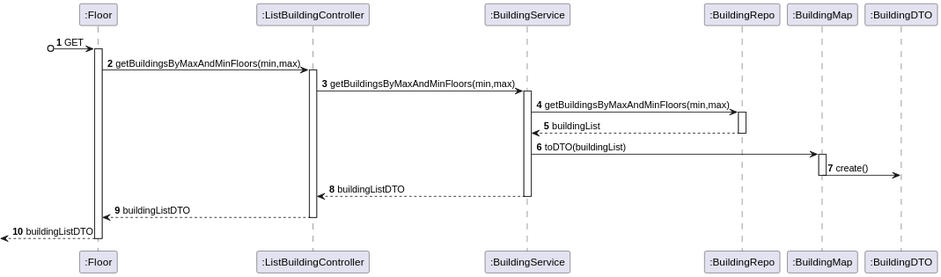
Pedro-Pereira1/sem5pi_23_24_g056 keeps this PlantUML diagram as docs/US_180/Diagrams/SequenceDiagramLevel3.svg. Above is the earlier version.
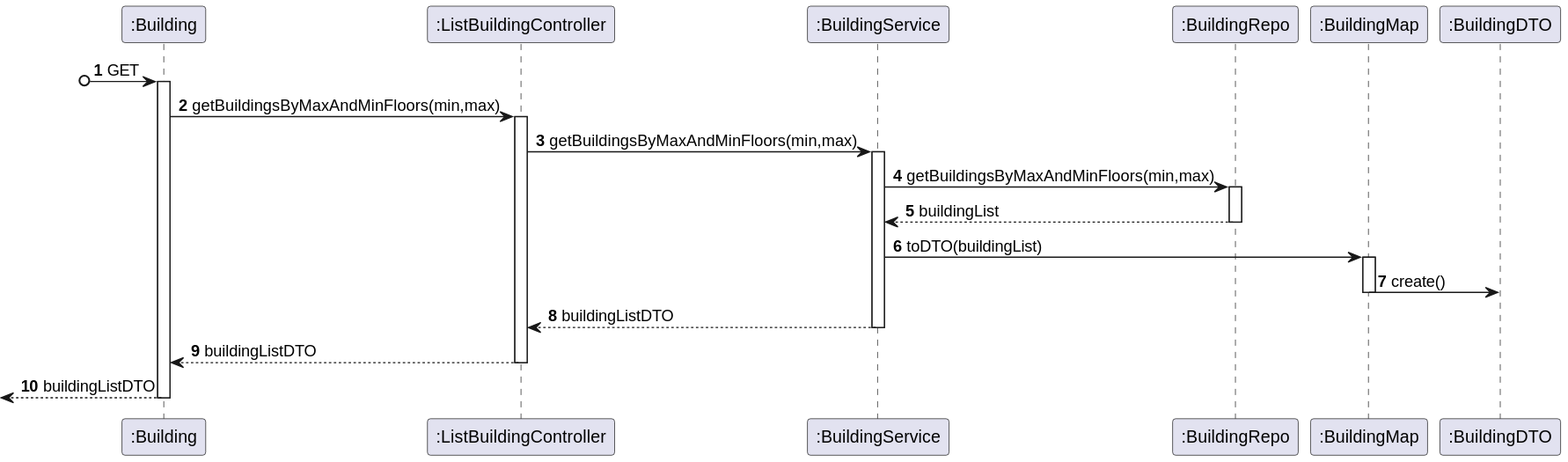
Above is the later version.

Commit message:
Updated documentation, updated US180 Level3 Diagram

Change to the diagram source:
```diff
@@ -1,17 +1,17 @@
 @startuml
 autonumber
 
-participant ":Floor" as Floor
+participant ":Building" as Building
 participant ":ListBuildingController" as Controller
 participant ":BuildingService" as Service
 participant ":BuildingRepo" as Repo
 participant ":BuildingMap" as Map
 participant ":BuildingDTO" as DTO
 
-?o->Floor: GET
-activate Floor
+?o->Building: GET
+activate Building
 
-Floor -> Controller: getBuildingsByMaxAndMinFloors(min,max)
+Building -> Controller: getBuildingsByMaxAndMinFloors(min,max)
 activate Controller
 
 Controller -> Service: getBuildingsByMaxAndMinFloors(min,max)
@@ -31,9 +31,9 @@
 Service --> Controller: buildingListDTO
 deactivate Service
 
-Controller --> Floor: buildingListDTO
+Controller --> Building: buildingListDTO
 deactivate Controller
 
-<--Floor: buildingListDTO
-deactivate Floor
+<--Building: buildingListDTO
+deactivate Building
 @enduml
```
